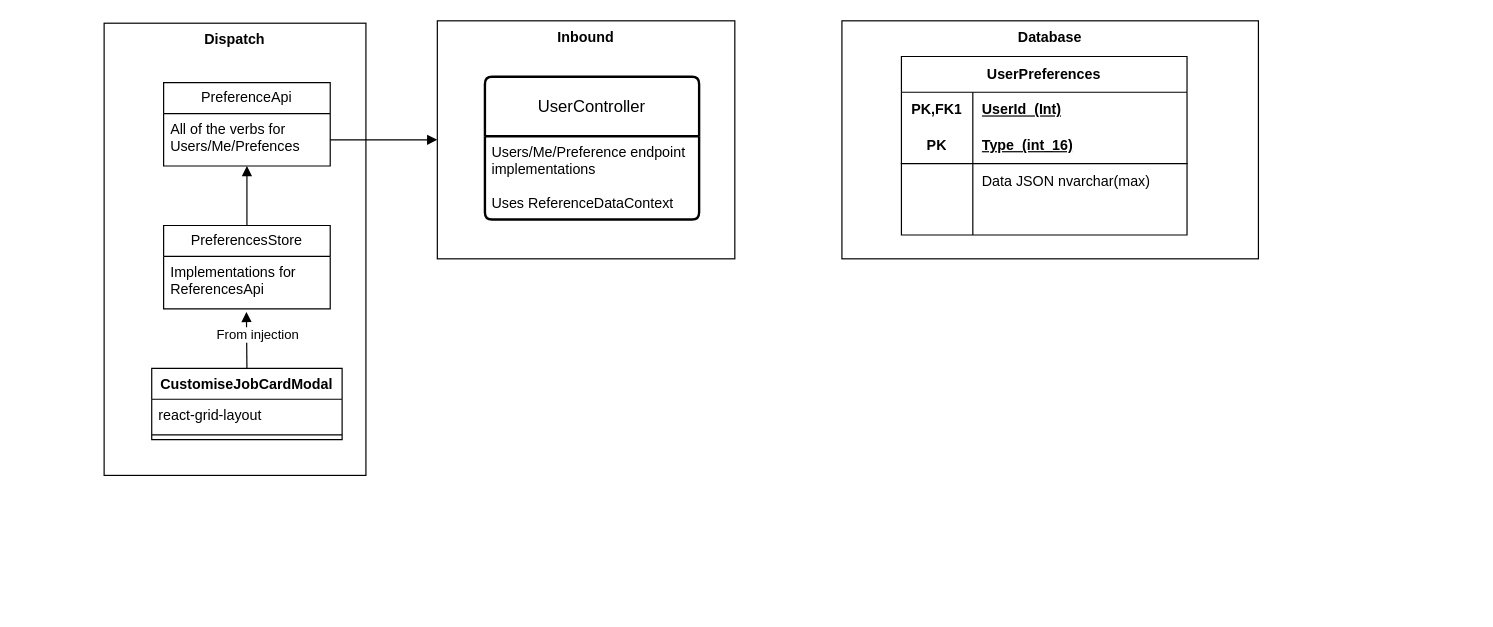
gbates-e2open/drawioFiles keeps this draw.io diagram as CustomJobCard.drawio. Above is the earlier version. Source tidied: cells renumbered, new cells numbered last; positions are measured from the earlier drawing's top-left corner, leaving out a move shared by most shapes. Both pictures are drawn from the tidied source at 119%, with x=0, y=0 at pixel (104, 20).
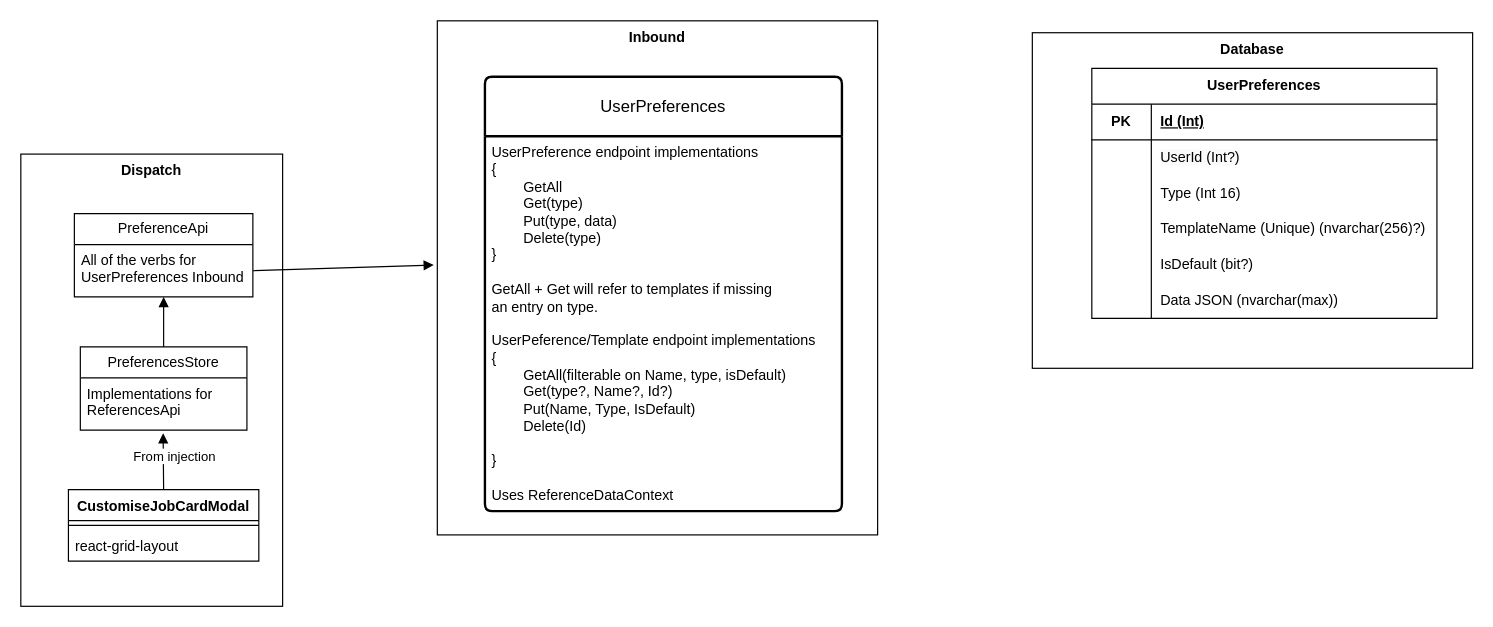
The same diagram, later.

The edit, as a diff of the source:
```diff
@@
     <mxCell id="2" value="&lt;b&gt;Database&lt;/b&gt;" style="html=1;whiteSpace=wrap;verticalAlign=top;" parent="1" vertex="1">
-      <mxGeometry x="620" width="350" height="200" as="geometry" />
+      <mxGeometry x="780" y="10" width="370" height="282" as="geometry" />
     </mxCell>
     <mxCell id="3" value="UserPreferences" style="shape=table;startSize=30;childLayout=tableLayout;rowLines=0;fontStyle=1;align=center;html=1;whiteSpace=wrap;" parent="1" vertex="1">
-      <mxGeometry x="670" y="30" width="240" height="150" as="geometry" />
+      <mxGeometry x="830" y="40" width="290" height="210" as="geometry" />
     </mxCell>
-    <mxCell id="4" style="shape=tableRow;horizontal=0;startSize=0;swimlaneHead=0;swimlaneBody=0;fillColor=none;top=0;left=0;right=0;bottom=0;html=1;" parent="3" vertex="1">
-      <mxGeometry y="30" width="240" height="30" as="geometry" />
-    </mxCell>
-    <mxCell id="5" value="PK,FK1" style="shape=partialRectangle;fillColor=none;top=0;left=0;bottom=0;right=0;fontStyle=1;overflow=hidden;html=1;whiteSpace=wrap;" parent="4" vertex="1">
-      <mxGeometry width="60" height="30" as="geometry" />
-    </mxCell>
-    <mxCell id="6" value="UserId&amp;nbsp; (Int)" style="shape=partialRectangle;fillColor=none;top=0;left=0;bottom=0;right=0;align=left;spacingLeft=6;fontStyle=5;overflow=hidden;html=1;whiteSpace=wrap;" parent="4" vertex="1">
-      <mxGeometry x="60" width="180" height="30" as="geometry" />
-    </mxCell>
     <mxCell id="7" style="shape=tableRow;horizontal=0;startSize=0;swimlaneHead=0;swimlaneBody=0;fillColor=none;top=0;left=0;right=0;bottom=1;html=1;" parent="3" vertex="1">
-      <mxGeometry y="60" width="240" height="30" as="geometry" />
+      <mxGeometry y="30" width="290" height="30" as="geometry" />
     </mxCell>
     <mxCell id="8" value="PK" style="shape=partialRectangle;fillColor=none;top=0;left=0;bottom=0;right=0;fontStyle=1;overflow=hidden;html=1;whiteSpace=wrap;" parent="7" vertex="1">
-      <mxGeometry width="60" height="30" as="geometry" />
+      <mxGeometry width="50" height="30" as="geometry" />
     </mxCell>
-    <mxCell id="9" value="Type&amp;nbsp; (int_16)" style="shape=partialRectangle;fillColor=none;top=0;left=0;bottom=0;right=0;align=left;spacingLeft=6;fontStyle=5;overflow=hidden;html=1;whiteSpace=wrap;" parent="7" vertex="1">
-      <mxGeometry x="60" width="180" height="30" as="geometry" />
+    <mxCell id="9" value="Id (Int)" style="shape=partialRectangle;fillColor=none;top=0;left=0;bottom=0;right=0;align=left;spacingLeft=6;fontStyle=5;overflow=hidden;html=1;whiteSpace=wrap;" parent="7" vertex="1">
+      <mxGeometry x="50" width="240" height="30" as="geometry" />
     </mxCell>
     <mxCell id="10" style="shape=tableRow;horizontal=0;startSize=0;swimlaneHead=0;swimlaneBody=0;fillColor=none;top=0;left=0;right=0;bottom=0;html=1;" parent="3" vertex="1">
-      <mxGeometry y="90" width="240" height="30" as="geometry" />
+      <mxGeometry y="60" width="290" height="30" as="geometry" />
     </mxCell>
     <mxCell id="11" style="shape=partialRectangle;fillColor=none;top=0;left=0;bottom=0;right=0;overflow=hidden;html=1;whiteSpace=wrap;" parent="10" vertex="1">
-      <mxGeometry width="60" height="30" as="geometry" />
+      <mxGeometry width="50" height="30" as="geometry" />
     </mxCell>
-    <mxCell id="12" value="Data JSON nvarchar(max)" style="shape=partialRectangle;fillColor=none;top=0;left=0;bottom=0;right=0;align=left;spacingLeft=6;overflow=hidden;html=1;whiteSpace=wrap;" parent="10" vertex="1">
-      <mxGeometry x="60" width="180" height="30" as="geometry" />
+    <mxCell id="12" value="&lt;span style=&quot;color: rgb(0, 0, 0); font-family: Helvetica; font-size: 12px; font-style: normal; font-variant-ligatures: normal; font-variant-caps: normal; font-weight: 400; letter-spacing: normal; orphans: 2; text-align: left; text-indent: 0px; text-transform: none; widows: 2; word-spacing: 0px; -webkit-text-stroke-width: 0px; white-space: normal; background-color: rgb(251, 251, 251); text-decoration-thickness: initial; text-decoration-style: initial; text-decoration-color: initial; display: inline !important; float: none;&quot;&gt;UserId (Int?)&lt;/span&gt;" style="shape=partialRectangle;fillColor=none;top=0;left=0;bottom=0;right=0;align=left;spacingLeft=6;overflow=hidden;html=1;whiteSpace=wrap;" parent="10" vertex="1">
+      <mxGeometry x="50" width="240" height="30" as="geometry" />
     </mxCell>
+    <mxCell id="30" style="shape=tableRow;horizontal=0;startSize=0;swimlaneHead=0;swimlaneBody=0;fillColor=none;top=0;left=0;right=0;bottom=0;html=1;" parent="3" vertex="1">
+      <mxGeometry y="90" width="290" height="30" as="geometry" />
+    </mxCell>
+    <mxCell id="31" style="shape=partialRectangle;fillColor=none;top=0;left=0;bottom=0;right=0;overflow=hidden;html=1;whiteSpace=wrap;" parent="30" vertex="1">
+      <mxGeometry width="50" height="30" as="geometry" />
+    </mxCell>
+    <mxCell id="32" value="Type (Int 16)" style="shape=partialRectangle;fillColor=none;top=0;left=0;bottom=0;right=0;align=left;spacingLeft=6;overflow=hidden;html=1;whiteSpace=wrap;" parent="30" vertex="1">
+      <mxGeometry x="50" width="240" height="30" as="geometry" />
+    </mxCell>
     <mxCell id="13" style="shape=tableRow;horizontal=0;startSize=0;swimlaneHead=0;swimlaneBody=0;fillColor=none;top=0;left=0;right=0;bottom=0;html=1;" parent="3" vertex="1">
-      <mxGeometry y="120" width="240" height="30" as="geometry" />
+      <mxGeometry y="120" width="290" height="30" as="geometry" />
     </mxCell>
     <mxCell id="14" style="shape=partialRectangle;fillColor=none;top=0;left=0;bottom=0;right=0;overflow=hidden;html=1;whiteSpace=wrap;" parent="13" vertex="1">
-      <mxGeometry width="60" height="30" as="geometry" />
+      <mxGeometry width="50" height="30" as="geometry" />
     </mxCell>
-    <mxCell id="15" style="shape=partialRectangle;fillColor=none;top=0;left=0;bottom=0;right=0;align=left;spacingLeft=6;overflow=hidden;html=1;whiteSpace=wrap;" parent="13" vertex="1">
-      <mxGeometry x="60" width="180" height="30" as="geometry" />
+    <mxCell id="15" value="TemplateName (Unique) (nvarchar(256)?)" style="shape=partialRectangle;fillColor=none;top=0;left=0;bottom=0;right=0;align=left;spacingLeft=6;overflow=hidden;html=1;whiteSpace=wrap;" parent="13" vertex="1">
+      <mxGeometry x="50" width="240" height="30" as="geometry" />
     </mxCell>
+    <mxCell id="33" style="shape=tableRow;horizontal=0;startSize=0;swimlaneHead=0;swimlaneBody=0;fillColor=none;top=0;left=0;right=0;bottom=0;html=1;" parent="3" vertex="1">
+      <mxGeometry y="150" width="290" height="30" as="geometry" />
+    </mxCell>
+    <mxCell id="34" style="shape=partialRectangle;fillColor=none;top=0;left=0;bottom=0;right=0;overflow=hidden;html=1;whiteSpace=wrap;" parent="33" vertex="1">
+      <mxGeometry width="50" height="30" as="geometry" />
+    </mxCell>
+    <mxCell id="35" value="IsDefault (bit?)" style="shape=partialRectangle;fillColor=none;top=0;left=0;bottom=0;right=0;align=left;spacingLeft=6;overflow=hidden;html=1;whiteSpace=wrap;" parent="33" vertex="1">
+      <mxGeometry x="50" width="240" height="30" as="geometry" />
+    </mxCell>
+    <mxCell id="36" style="shape=tableRow;horizontal=0;startSize=0;swimlaneHead=0;swimlaneBody=0;fillColor=none;top=0;left=0;right=0;bottom=0;html=1;" parent="3" vertex="1">
+      <mxGeometry y="180" width="290" height="30" as="geometry" />
+    </mxCell>
+    <mxCell id="37" style="shape=partialRectangle;fillColor=none;top=0;left=0;bottom=0;right=0;overflow=hidden;html=1;whiteSpace=wrap;" parent="36" vertex="1">
+      <mxGeometry width="50" height="30" as="geometry" />
+    </mxCell>
+    <mxCell id="38" value="Data JSON (nvarchar(max))" style="shape=partialRectangle;fillColor=none;top=0;left=0;bottom=0;right=0;align=left;spacingLeft=6;overflow=hidden;html=1;whiteSpace=wrap;" parent="36" vertex="1">
+      <mxGeometry x="50" width="240" height="30" as="geometry" />
+    </mxCell>
     <mxCell id="16" value="&lt;b&gt;Inbound&lt;/b&gt;" style="html=1;whiteSpace=wrap;verticalAlign=top;" parent="1" vertex="1">
-      <mxGeometry x="280" width="250" height="200" as="geometry" />
+      <mxGeometry x="280" width="370" height="432" as="geometry" />
     </mxCell>
-    <mxCell id="17" value="UserController" style="swimlane;horizontal=1;startSize=50;rounded=1;fontSize=14;fontStyle=0;strokeWidth=2;shadow=0;dashed=0;align=center;arcSize=4;whiteSpace=wrap;html=1;" parent="1" vertex="1">
-      <mxGeometry x="320" y="47" width="180" height="120" as="geometry" />
+    <mxCell id="17" value="UserPreferences" style="swimlane;horizontal=1;startSize=50;rounded=1;fontSize=14;fontStyle=0;strokeWidth=2;shadow=0;dashed=0;align=center;arcSize=4;whiteSpace=wrap;html=1;" parent="1" vertex="1">
+      <mxGeometry x="320" y="47" width="300" height="365" as="geometry" />
     </mxCell>
-    <mxCell id="18" value="Users/Me/Preference endpoint&lt;div&gt;implementations&lt;/div&gt;&lt;div&gt;&lt;br&gt;&lt;/div&gt;&lt;div&gt;Uses ReferenceDataContext&lt;/div&gt;" style="align=left;strokeColor=none;fillColor=none;spacingLeft=4;fontSize=12;verticalAlign=top;html=1;" parent="17" vertex="1">
-      <mxGeometry y="50" width="180" height="70" as="geometry" />
+    <mxCell id="18" value="UserPreference endpoint&amp;nbsp;&lt;span style=&quot;background-color: initial;&quot;&gt;implementations&lt;/span&gt;&lt;div&gt;{&lt;/div&gt;&lt;div&gt;&lt;span style=&quot;white-space: pre;&quot;&gt;&#9;&lt;/span&gt;GetAll&lt;/div&gt;&lt;div&gt;&lt;span style=&quot;white-space: pre;&quot;&gt;&#9;&lt;/span&gt;Get(type)&lt;br&gt;&lt;/div&gt;&lt;div&gt;&lt;span style=&quot;white-space: pre;&quot;&gt;&#9;&lt;/span&gt;Put(type, data)&lt;/div&gt;&lt;div&gt;&lt;span style=&quot;white-space: pre;&quot;&gt;&#9;&lt;/span&gt;Delete(type)&lt;/div&gt;&lt;div&gt;}&lt;/div&gt;&lt;div&gt;&lt;br&gt;&lt;/div&gt;&lt;div&gt;GetAll + Get will refer to templates if missing&lt;/div&gt;&lt;div&gt;an entry on type.&lt;/div&gt;&lt;div&gt;&lt;br&gt;&lt;/div&gt;&lt;div&gt;UserPeference/Template endpoint implementations&lt;/div&gt;&lt;div&gt;{&lt;/div&gt;&lt;div&gt;&lt;span style=&quot;white-space: pre;&quot;&gt;&#9;&lt;/span&gt;GetAll(filterable on Name, type, isDefault)&lt;br&gt;&lt;/div&gt;&lt;div&gt;&lt;span style=&quot;white-space: pre;&quot;&gt;&#9;&lt;/span&gt;Get(type?, Name?, Id?)&lt;/div&gt;&lt;div&gt;&lt;span style=&quot;white-space: pre;&quot;&gt;&#9;&lt;/span&gt;Put(Name, Type, IsDefault)&lt;br&gt;&lt;/div&gt;&lt;div&gt;&lt;span style=&quot;white-space: pre;&quot;&gt;&#9;&lt;/span&gt;Delete(Id)&lt;br&gt;&lt;/div&gt;&lt;div&gt;&lt;span style=&quot;white-space: pre;&quot;&gt;&#9;&lt;/span&gt;&lt;br&gt;&lt;/div&gt;&lt;div&gt;}&lt;/div&gt;&lt;div&gt;&lt;br&gt;&lt;/div&gt;&lt;div&gt;Uses ReferenceDataContext&lt;/div&gt;" style="align=left;strokeColor=none;fillColor=none;spacingLeft=4;fontSize=12;verticalAlign=top;html=1;" parent="17" vertex="1">
+      <mxGeometry y="50" width="300" height="315" as="geometry" />
     </mxCell>
     <mxCell id="19" value="&lt;b&gt;Dispatch&lt;/b&gt;" style="html=1;whiteSpace=wrap;verticalAlign=top;" parent="1" vertex="1">
-      <mxGeometry y="2" width="220" height="380" as="geometry" />
+      <mxGeometry x="-70" y="112" width="220" height="380" as="geometry" />
     </mxCell>
     <mxCell id="20" value="PreferenceApi" style="swimlane;fontStyle=0;horizontal=1;startSize=26;fillColor=none;whiteSpace=wrap;html=1;" parent="1" vertex="1">
-      <mxGeometry x="50" y="52" width="140" height="70" as="geometry" />
+      <mxGeometry x="-25" y="162" width="150" height="70" as="geometry" />
     </mxCell>
-    <mxCell id="21" value="All of the verbs for&amp;nbsp;&lt;div&gt;Users/Me/Prefences&lt;/div&gt;" style="text;strokeColor=none;fillColor=none;align=left;verticalAlign=top;spacingLeft=4;spacingRight=4;overflow=hidden;points=[[0,0.5],[1,0.5]];portConstraint=eastwest;whiteSpace=wrap;html=1;" parent="20" vertex="1">
-      <mxGeometry y="26" width="140" height="44" as="geometry" />
+    <mxCell id="21" value="All of the verbs for&amp;nbsp;&lt;div&gt;UserPreferences Inbound&lt;/div&gt;" style="text;strokeColor=none;fillColor=none;align=left;verticalAlign=top;spacingLeft=4;spacingRight=4;overflow=hidden;points=[[0,0.5],[1,0.5]];portConstraint=eastwest;whiteSpace=wrap;html=1;" parent="20" vertex="1">
+      <mxGeometry y="26" width="150" height="44" as="geometry" />
     </mxCell>
-    <mxCell id="22" style="html=1;verticalAlign=bottom;endArrow=block;curved=0;rounded=0;exitX=1;exitY=0.5;exitDx=0;exitDy=0;entryX=0;entryY=0.5;entryDx=0;entryDy=0;" parent="1" edge="1" source="21" target="16">
+    <mxCell id="22" style="html=1;verticalAlign=bottom;endArrow=block;curved=0;rounded=0;exitX=1;exitY=0.5;exitDx=0;exitDy=0;entryX=-0.008;entryY=0.475;entryDx=0;entryDy=0;entryPerimeter=0;" parent="1" edge="1" source="21" target="16">
       <mxGeometry relative="1" as="geometry" />
     </mxCell>
     <mxCell id="23" value="PreferencesStore" style="swimlane;fontStyle=0;horizontal=1;startSize=26;fillColor=none;whiteSpace=wrap;html=1;" parent="1" vertex="1">
-      <mxGeometry x="50" y="172" width="140" height="70" as="geometry" />
+      <mxGeometry x="-20" y="274" width="140" height="70" as="geometry" />
     </mxCell>
@@
     <mxCell id="26" value="CustomiseJobCardModal" style="swimlane;fontStyle=1;align=center;verticalAlign=top;horizontal=1;startSize=26;whiteSpace=wrap;html=1;" parent="1" vertex="1">
-      <mxGeometry x="40" y="292" width="160" height="60" as="geometry" />
+      <mxGeometry x="-30" y="394" width="160" height="60" as="geometry" />
     </mxCell>
+    <mxCell id="28" style="line;strokeWidth=1;fillColor=none;align=left;verticalAlign=middle;spacingTop=-1;spacingLeft=3;spacingRight=3;labelPosition=right;strokeColor=inherit;" parent="26" vertex="1">
+      <mxGeometry y="26" width="160" height="8" as="geometry" />
+    </mxCell>
     <mxCell id="27" value="react-grid-layout" style="text;strokeColor=none;fillColor=none;align=left;verticalAlign=top;spacingLeft=4;spacingRight=4;overflow=hidden;whiteSpace=wrap;html=1;" parent="26" vertex="1">
-      <mxGeometry y="26" width="160" height="26" as="geometry" />
+      <mxGeometry y="34" width="160" height="26" as="geometry" />
     </mxCell>
-    <mxCell id="28" style="line;strokeWidth=1;fillColor=none;align=left;verticalAlign=middle;spacingTop=-1;spacingLeft=3;spacingRight=3;labelPosition=right;strokeColor=inherit;" parent="26" vertex="1">
-      <mxGeometry y="52" width="160" height="8" as="geometry" />
-    </mxCell>
```
